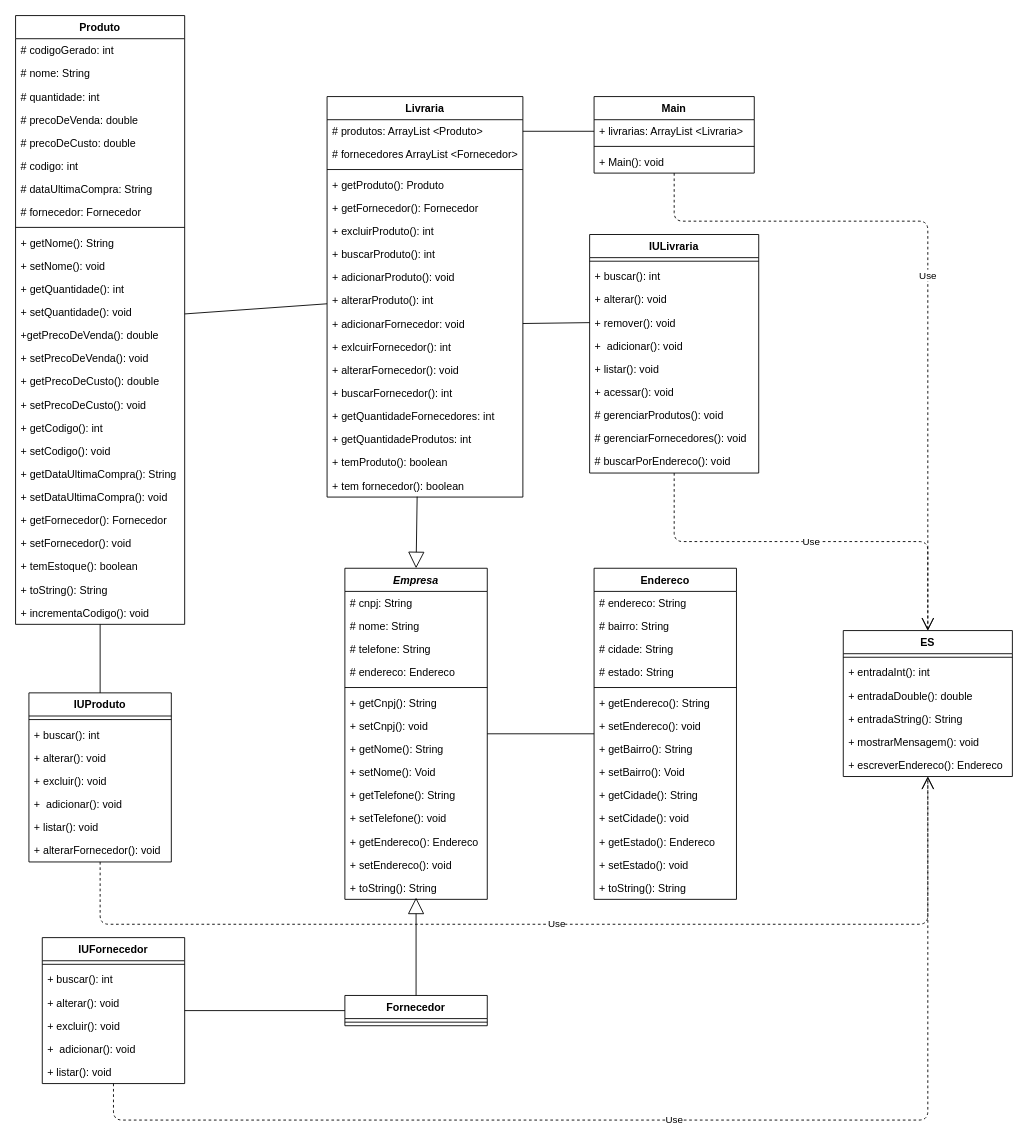
savio-matheus/Trabalho-POO keeps this draw.io diagram as DiagramaDeClasses.drawio. Above is the earlier version. Source tidied: cells renumbered, new cells numbered last; positions are measured from the earlier drawing's top-left corner, leaving out a move shared by most shapes. Both pictures are drawn from the tidied source at 89%, with x=0, y=0 at pixel (15, 15).
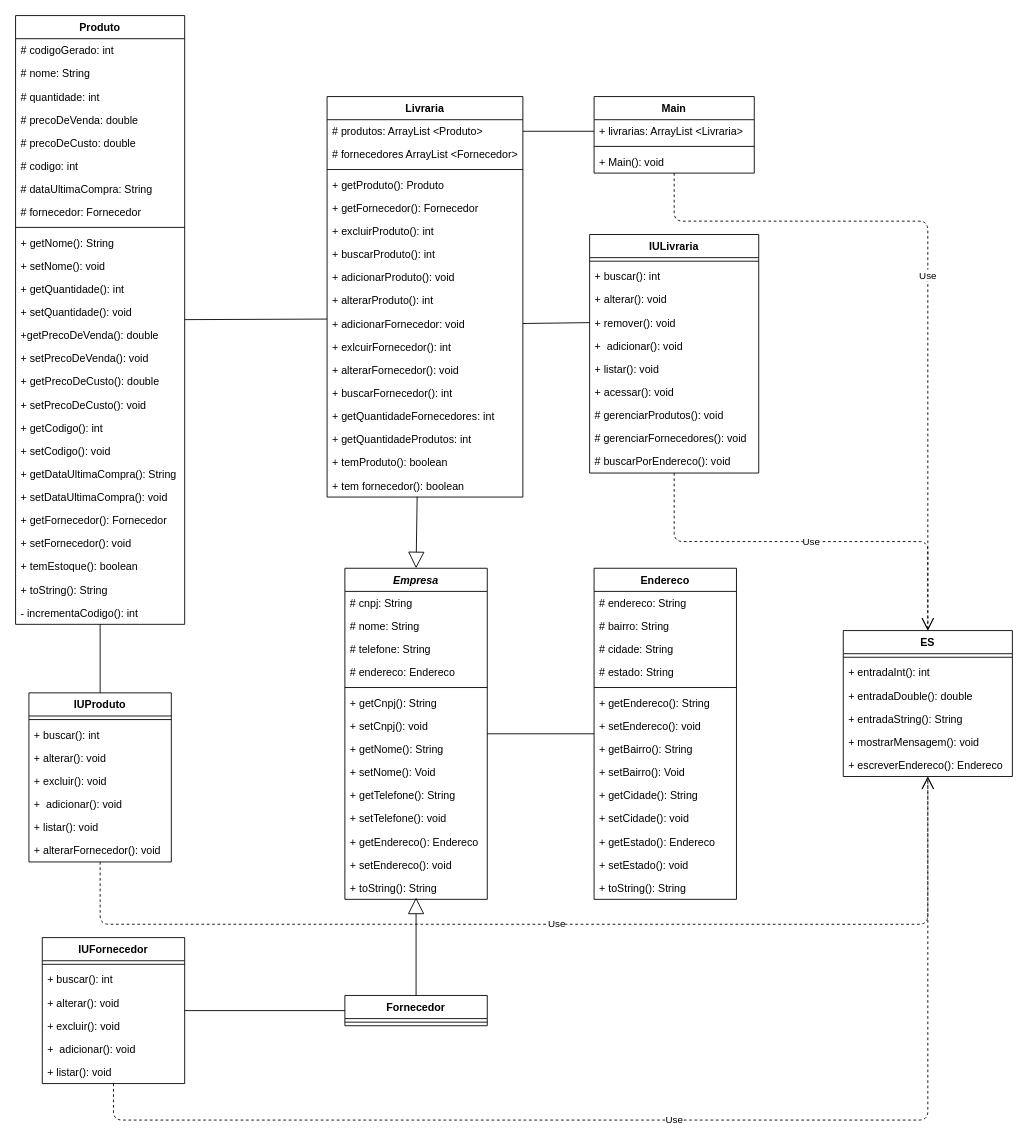
The same page after the edit.

Commit message:
Correção Diagrama de Classe

Correção Diagrama de Classe

The change refers to these unchanged cells:
```xml
<mxCell id="2" value="Livraria" style="swimlane;fontStyle=1;align=center;verticalAlign=top;horizontal=1;startSize=26;" parent="1" vertex="1">
  <mxGeometry x="350" y="91" width="220" height="450" as="geometry" />
</mxCell>
<mxCell id="12" value="+ adicionarFornecedor: void" style="text;strokeColor=none;fillColor=none;align=left;verticalAlign=top;spacingLeft=4;spacingRight=4;overflow=hidden;points=[[0,0.5],[1,0.5]];portConstraint=eastwest;" parent="2" vertex="1">
  <mxGeometry y="242" width="220" height="26" as="geometry" />
</mxCell>
<mxCell id="22" value="Produto" style="swimlane;fontStyle=1;align=center;verticalAlign=top;horizontal=1;startSize=26;" parent="1" vertex="1">
  <mxGeometry width="190" height="684" as="geometry" />
</mxCell>
```

What changed in the source:
```diff
@@
-    <mxCell id="48" value="+ incrementaCodigo(): void" style="text;strokeColor=none;fillColor=none;align=left;verticalAlign=top;spacingLeft=4;spacingRight=4;overflow=hidden;" parent="22" vertex="1">
+    <mxCell id="48" value="- incrementaCodigo(): int" style="text;strokeColor=none;fillColor=none;align=left;verticalAlign=top;spacingLeft=4;spacingRight=4;overflow=hidden;" parent="22" vertex="1">
       <mxGeometry y="658" width="190" height="26" as="geometry" />
     </mxCell>
@@
-    <mxCell id="127" style="endArrow=none;html=1;" parent="1" edge="1" source="22" target="2">
+    <mxCell id="127" style="endArrow=none;html=1;entryX=0;entryY=0.308;entryDx=0;entryDy=0;entryPerimeter=0;" parent="1" edge="1" source="22" target="12">
       <mxGeometry relative="1" as="geometry" />
     </mxCell>
```
